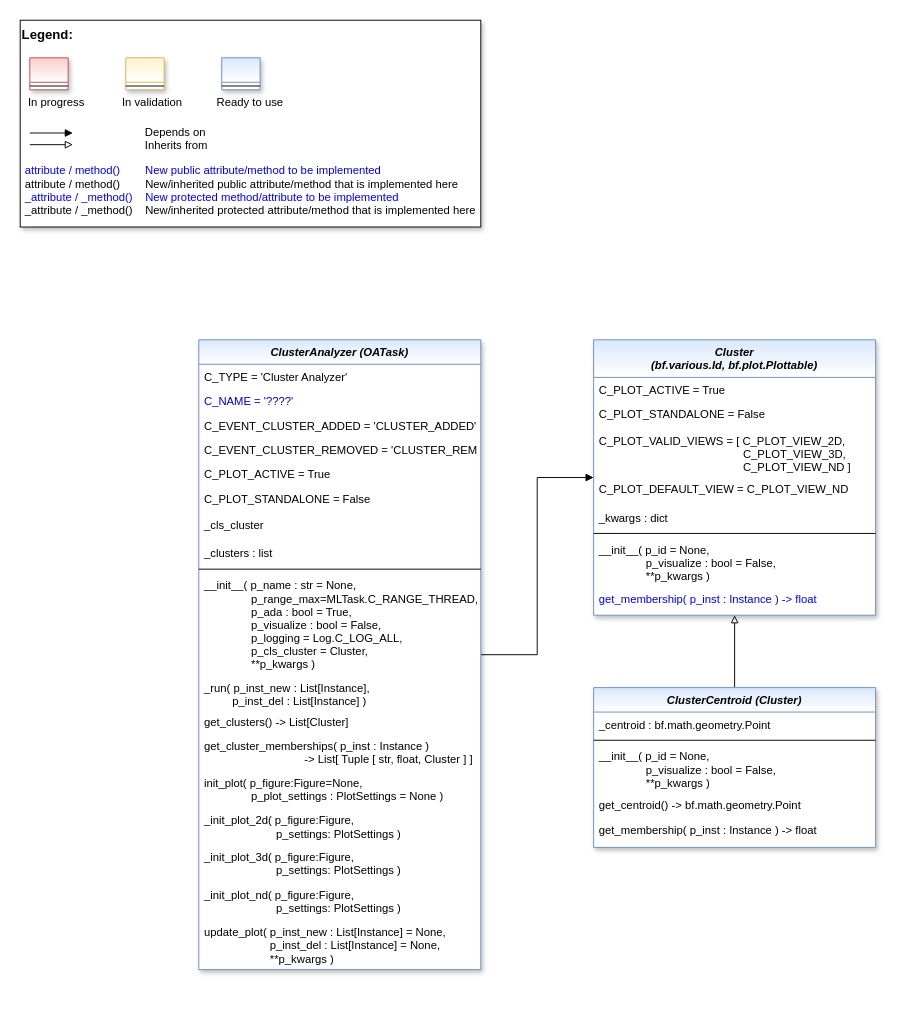
The draw.io diagram doc/rtd/content/04_appendices/appendix2/sub/core/mlpro_oa/streams/tasks/images/MLPro-OA-Cluster_Analyzers_class_diagram.drawio in fhswf/MLPro, before the edit. Source tidied: cells renumbered, new cells numbered last; positions are measured from the earlier drawing's top-left corner, leaving out a move shared by most shapes. Both pictures are drawn from the tidied source at 94%, with x=0, y=0 at pixel (20, 20).
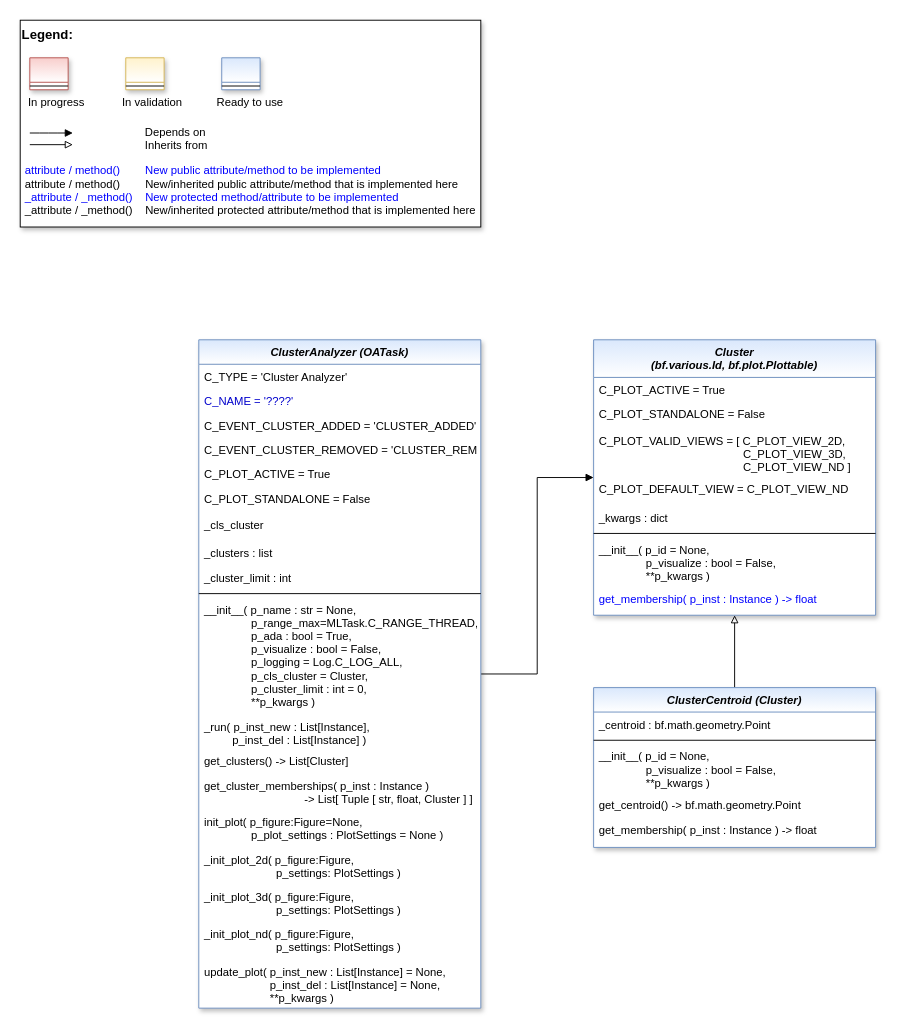
After the change.

Commit message (it also covers changes not shown here):
OA-Task: Templates for Cluster Analyzers #589

What changed in the source:
```diff
@@
     <mxCell id="13" value="ClusterAnalyzer (OATask)" style="swimlane;fontStyle=3;align=center;verticalAlign=top;horizontal=1;startSize=26;rounded=0;shadow=1;strokeWidth=1;fillColor=#dae8fc;strokeColor=#6c8ebf;swimlaneFillColor=#ffffff;gradientColor=#FFFFFF;" parent="1" vertex="1">
-      <mxGeometry x="190" y="340" width="300" height="670" as="geometry" />
+      <mxGeometry x="190" y="340" width="300" height="711" as="geometry" />
     </mxCell>
@@
+    <mxCell id="48" value="_cluster_limit : int" style="text;align=left;verticalAlign=top;spacingLeft=4;spacingRight=4;overflow=hidden;fontColor=default;" parent="13" vertex="1">
+      <mxGeometry y="240" width="300" height="26" as="geometry" />
+    </mxCell>
     <mxCell id="22" style="line;html=1;strokeWidth=1;align=left;verticalAlign=middle;spacingTop=-1;spacingLeft=3;spacingRight=3;labelPosition=right;" parent="13" vertex="1">
-      <mxGeometry y="240" width="300" height="8" as="geometry" />
+      <mxGeometry y="266" width="300" height="8" as="geometry" />
     </mxCell>
-    <mxCell id="23" value="__init__( p_name : str = None,&#10;               p_range_max=MLTask.C_RANGE_THREAD,&#10;               p_ada : bool = True,&#10;               p_visualize : bool = False,&#10;               p_logging = Log.C_LOG_ALL,&#10;               p_cls_cluster = Cluster,&#10;               **p_kwargs )" style="text;align=left;verticalAlign=top;spacingLeft=4;spacingRight=4;overflow=hidden;fontColor=default;" parent="13" vertex="1">
-      <mxGeometry y="248" width="300" height="109" as="geometry" />
+    <mxCell id="23" value="__init__( p_name : str = None,&#10;               p_range_max=MLTask.C_RANGE_THREAD,&#10;               p_ada : bool = True,&#10;               p_visualize : bool = False,&#10;               p_logging = Log.C_LOG_ALL,&#10;               p_cls_cluster = Cluster,&#10;               p_cluster_limit : int = 0,&#10;               **p_kwargs )" style="text;align=left;verticalAlign=top;spacingLeft=4;spacingRight=4;overflow=hidden;fontColor=default;" parent="13" vertex="1">
+      <mxGeometry y="274" width="300" height="125" as="geometry" />
     </mxCell>
     <mxCell id="24" value="_run( p_inst_new : List[Instance], &#10;         p_inst_del : List[Instance] )" style="text;align=left;verticalAlign=top;spacingLeft=4;spacingRight=4;overflow=hidden;fontColor=default;" parent="13" vertex="1">
-      <mxGeometry y="357" width="300" height="36" as="geometry" />
+      <mxGeometry y="399" width="300" height="36" as="geometry" />
     </mxCell>
     <mxCell id="25" value="get_clusters() -&gt; List[Cluster]" style="text;align=left;verticalAlign=top;spacingLeft=4;spacingRight=4;overflow=hidden;fontColor=default;" parent="13" vertex="1">
-      <mxGeometry y="393" width="300" height="26" as="geometry" />
+      <mxGeometry y="435" width="300" height="26" as="geometry" />
     </mxCell>
     <mxCell id="26" value="get_cluster_memberships( p_inst : Instance ) &#10;                                -&gt; List[ Tuple [ str, float, Cluster ] ]" style="text;align=left;verticalAlign=top;spacingLeft=4;spacingRight=4;overflow=hidden;fontColor=default;" parent="13" vertex="1">
-      <mxGeometry y="419" width="300" height="39" as="geometry" />
+      <mxGeometry y="461" width="300" height="39" as="geometry" />
     </mxCell>
     <mxCell id="27" value="init_plot( p_figure:Figure=None, &#10;               p_plot_settings : PlotSettings = None )" style="text;align=left;verticalAlign=top;spacingLeft=4;spacingRight=4;overflow=hidden;fontColor=default;" parent="13" vertex="1">
-      <mxGeometry y="458" width="300" height="40" as="geometry" />
+      <mxGeometry y="500" width="300" height="40" as="geometry" />
     </mxCell>
     <mxCell id="28" value="_init_plot_2d( p_figure:Figure, &#10;                       p_settings: PlotSettings )" style="text;align=left;verticalAlign=top;spacingLeft=4;spacingRight=4;overflow=hidden;fontColor=default;" parent="13" vertex="1">
-      <mxGeometry y="498" width="300" height="39" as="geometry" />
+      <mxGeometry y="540" width="300" height="39" as="geometry" />
     </mxCell>
     <mxCell id="29" value="_init_plot_3d( p_figure:Figure, &#10;                       p_settings: PlotSettings )" style="text;align=left;verticalAlign=top;spacingLeft=4;spacingRight=4;overflow=hidden;fontColor=default;" parent="13" vertex="1">
-      <mxGeometry y="537" width="300" height="40" as="geometry" />
+      <mxGeometry y="579" width="300" height="40" as="geometry" />
     </mxCell>
     <mxCell id="30" value="_init_plot_nd( p_figure:Figure, &#10;                       p_settings: PlotSettings )" style="text;align=left;verticalAlign=top;spacingLeft=4;spacingRight=4;overflow=hidden;fontColor=default;" parent="13" vertex="1">
-      <mxGeometry y="577" width="300" height="40" as="geometry" />
+      <mxGeometry y="619" width="300" height="40" as="geometry" />
     </mxCell>
     <mxCell id="31" value="update_plot( p_inst_new : List[Instance] = None, &#10;                     p_inst_del : List[Instance] = None,&#10;                     **p_kwargs )" style="text;align=left;verticalAlign=top;spacingLeft=4;spacingRight=4;overflow=hidden;fontColor=default;" parent="13" vertex="1">
-      <mxGeometry y="617" width="300" height="52" as="geometry" />
+      <mxGeometry y="659" width="300" height="52" as="geometry" />
     </mxCell>
```
